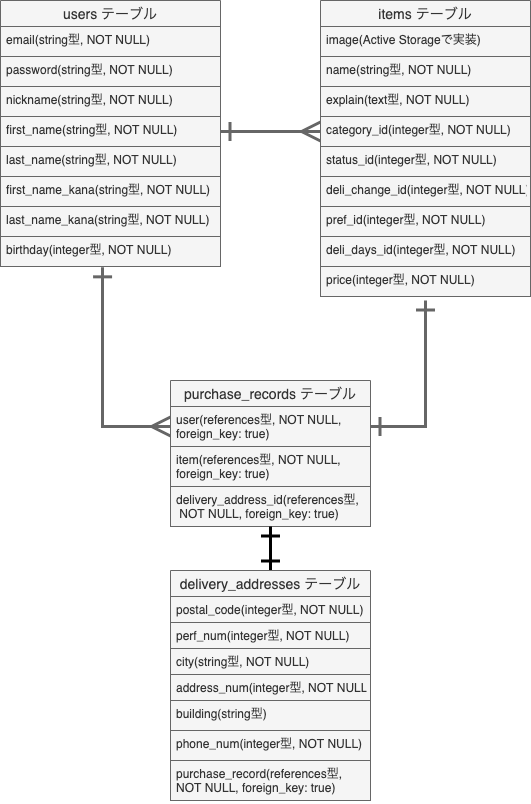
xiangma0531/furima-35533 keeps this draw.io diagram as furima_ER.png. Above is the earlier version. Source tidied: cells renumbered, new cells last; positions are measured from the earlier drawing's top-left corner, leaving out a move shared by most shapes.
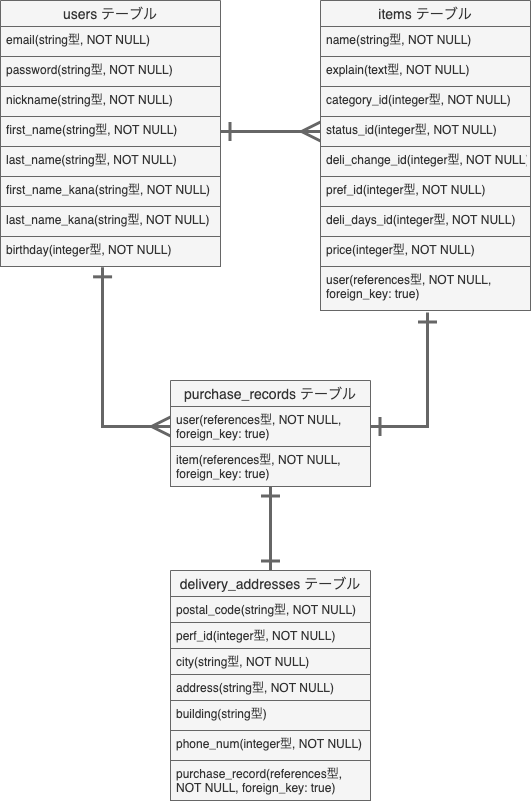
After the commit.

Commit message:
ER図とREADMEの修正(2回目)

Diff of the diagram source:
```diff
@@ -30,37 +30,34 @@
       <mxGeometry y="236" width="220" height="30" as="geometry" />
     </mxCell>
     <mxCell id="11" value="items テーブル" style="swimlane;fontStyle=0;horizontal=1;startSize=26;align=center;fontSize=14;fillColor=#f5f5f5;strokeColor=#666666;fontColor=#333333;" parent="1" vertex="1">
-      <mxGeometry x="320" width="210" height="296" as="geometry" />
+      <mxGeometry x="320" width="210" height="266" as="geometry" />
     </mxCell>
-    <mxCell id="12" value="image(Active Storageで実装)" style="text;strokeColor=#666666;fillColor=#f5f5f5;spacingLeft=4;spacingRight=4;overflow=hidden;fontSize=12;fontColor=#333333;" parent="11" vertex="1">
-      <mxGeometry y="26" width="210" height="30" as="geometry" />
-    </mxCell>
     <mxCell id="13" value="name(string型, NOT NULL)" style="text;strokeColor=#666666;fillColor=#f5f5f5;spacingLeft=4;spacingRight=4;overflow=hidden;fontSize=12;fontColor=#333333;" parent="11" vertex="1">
-      <mxGeometry y="56" width="210" height="30" as="geometry" />
+      <mxGeometry y="26" width="210" height="30" as="geometry" />
     </mxCell>
     <mxCell id="14" value="explain(text型, NOT NULL)" style="text;strokeColor=#666666;fillColor=#f5f5f5;spacingLeft=4;spacingRight=4;overflow=hidden;fontSize=12;fontColor=#333333;" parent="11" vertex="1">
-      <mxGeometry y="86" width="210" height="30" as="geometry" />
+      <mxGeometry y="56" width="210" height="30" as="geometry" />
     </mxCell>
     <mxCell id="15" value="category_id(integer型, NOT NULL)" style="text;strokeColor=#666666;fillColor=#f5f5f5;spacingLeft=4;spacingRight=4;overflow=hidden;points=[[0,0.5],[1,0.5]];portConstraint=eastwest;fontSize=12;fontColor=#333333;" parent="11" vertex="1">
-      <mxGeometry y="116" width="210" height="30" as="geometry" />
+      <mxGeometry y="86" width="210" height="30" as="geometry" />
     </mxCell>
     <mxCell id="16" value="status_id(integer型, NOT NULL)" style="text;strokeColor=#666666;fillColor=#f5f5f5;spacingLeft=4;spacingRight=4;overflow=hidden;points=[[0,0.5],[1,0.5]];portConstraint=eastwest;fontSize=12;fontColor=#333333;" parent="11" vertex="1">
-      <mxGeometry y="146" width="210" height="30" as="geometry" />
+      <mxGeometry y="116" width="210" height="30" as="geometry" />
     </mxCell>
     <mxCell id="17" value="deli_change_id(integer型, NOT NULL)" style="text;strokeColor=#666666;fillColor=#f5f5f5;spacingLeft=4;spacingRight=4;overflow=hidden;fontSize=12;fontColor=#333333;" parent="11" vertex="1">
-      <mxGeometry y="176" width="210" height="30" as="geometry" />
+      <mxGeometry y="146" width="210" height="30" as="geometry" />
     </mxCell>
     <mxCell id="18" value="pref_id(integer型, NOT NULL)" style="text;strokeColor=#666666;fillColor=#f5f5f5;spacingLeft=4;spacingRight=4;overflow=hidden;fontSize=12;fontColor=#333333;" parent="11" vertex="1">
-      <mxGeometry y="206" width="210" height="30" as="geometry" />
+      <mxGeometry y="176" width="210" height="30" as="geometry" />
     </mxCell>
     <mxCell id="19" value="deli_days_id(integer型, NOT NULL)" style="text;spacingLeft=4;spacingRight=4;overflow=hidden;fontSize=12;fillColor=#f5f5f5;strokeColor=#666666;fontColor=#333333;" parent="11" vertex="1">
-      <mxGeometry y="236" width="210" height="30" as="geometry" />
+      <mxGeometry y="206" width="210" height="30" as="geometry" />
     </mxCell>
     <mxCell id="20" value="price(integer型, NOT NULL)" style="text;strokeColor=#666666;fillColor=#f5f5f5;spacingLeft=4;spacingRight=4;overflow=hidden;fontSize=12;fontColor=#333333;" parent="11" vertex="1">
-      <mxGeometry y="266" width="210" height="30" as="geometry" />
+      <mxGeometry y="236" width="210" height="30" as="geometry" />
     </mxCell>
     <mxCell id="21" value="purchase_records テーブル" style="swimlane;fontStyle=0;horizontal=1;startSize=26;align=center;fontSize=14;fillColor=#f5f5f5;strokeColor=#666666;fontColor=#333333;" parent="1" vertex="1">
-      <mxGeometry x="170" y="380" width="200" height="146" as="geometry" />
+      <mxGeometry x="170" y="380" width="200" height="106" as="geometry" />
     </mxCell>
     <mxCell id="22" value="user(references型, NOT NULL,&#10;foreign_key: true)" style="text;strokeColor=#666666;fillColor=#f5f5f5;spacingLeft=4;spacingRight=4;overflow=hidden;points=[[0,0.5],[1,0.5]];portConstraint=eastwest;fontSize=12;fontColor=#333333;" parent="21" vertex="1">
       <mxGeometry y="26" width="200" height="40" as="geometry" />
@@ -68,10 +65,7 @@
     <mxCell id="23" value="item(references型, NOT NULL,&#10;foreign_key: true)" style="text;strokeColor=#666666;fillColor=#f5f5f5;spacingLeft=4;spacingRight=4;overflow=hidden;fontSize=12;fontColor=#333333;" parent="21" vertex="1">
       <mxGeometry y="66" width="200" height="40" as="geometry" />
     </mxCell>
-    <mxCell id="24" value="delivery_address_id(references型,&#10; NOT NULL, foreign_key: true)" style="text;strokeColor=#666666;fillColor=#f5f5f5;spacingLeft=4;spacingRight=4;overflow=hidden;fontSize=12;fontColor=#333333;" parent="21" vertex="1">
-      <mxGeometry y="106" width="200" height="40" as="geometry" />
-    </mxCell>
-    <mxCell id="25" style="edgeStyle=orthogonalEdgeStyle;rounded=0;jettySize=auto;html=1;entryX=0;entryY=0.5;entryDx=0;entryDy=0;startArrow=ERone;startFill=0;endArrow=ERmany;endFill=0;endSize=15;startSize=15;targetPerimeterSpacing=0;strokeWidth=3;fillColor=#f5f5f5;strokeColor=#666666;" parent="1" edge="1" source="6" target="15">
+    <mxCell id="25" style="edgeStyle=orthogonalEdgeStyle;rounded=0;jettySize=auto;html=1;entryX=0;entryY=0.5;entryDx=0;entryDy=0;startArrow=ERone;startFill=0;endArrow=ERmany;endFill=0;endSize=15;startSize=15;targetPerimeterSpacing=0;strokeWidth=3;fillColor=#f5f5f5;strokeColor=#666666;" parent="1" edge="1" source="6" target="16">
       <mxGeometry relative="1" as="geometry" />
     </mxCell>
     <mxCell id="26" style="edgeStyle=orthogonalEdgeStyle;rounded=0;jettySize=auto;html=1;entryX=0;entryY=0.5;entryDx=0;entryDy=0;startArrow=ERone;startFill=0;startSize=15;endArrow=ERmany;endFill=0;endSize=15;targetPerimeterSpacing=0;strokeWidth=3;exitX=0.464;exitY=1.028;exitDx=0;exitDy=0;exitPerimeter=0;fillColor=#f5f5f5;strokeColor=#666666;" parent="1" edge="1" source="10" target="22">
@@ -79,25 +73,25 @@
     </mxCell>
     <mxCell id="27" style="edgeStyle=orthogonalEdgeStyle;rounded=0;jettySize=auto;html=1;entryX=1;entryY=0.5;entryDx=0;entryDy=0;startArrow=ERone;startFill=0;startSize=15;endArrow=ERone;endFill=0;endSize=15;targetPerimeterSpacing=0;strokeWidth=3;fillColor=#f5f5f5;strokeColor=#666666;" parent="1" edge="1" target="22">
       <mxGeometry relative="1" as="geometry">
-        <mxPoint x="425" y="300" as="sourcePoint" />
+        <mxPoint x="427" y="312" as="sourcePoint" />
       </mxGeometry>
     </mxCell>
-    <mxCell id="28" style="edgeStyle=orthogonalEdgeStyle;rounded=0;jettySize=auto;html=1;entryX=0.5;entryY=1;entryDx=0;entryDy=0;startArrow=ERone;startFill=0;startSize=15;endArrow=ERone;endFill=0;endSize=15;targetPerimeterSpacing=0;strokeWidth=3;" parent="1" edge="1" source="29" target="21">
+    <mxCell id="28" style="edgeStyle=orthogonalEdgeStyle;rounded=0;jettySize=auto;html=1;entryX=0.5;entryY=1;entryDx=0;entryDy=0;startArrow=ERone;startFill=0;startSize=15;endArrow=ERone;endFill=0;endSize=15;targetPerimeterSpacing=0;strokeWidth=3;fillColor=#f5f5f5;strokeColor=#666666;" parent="1" edge="1" source="29" target="21">
       <mxGeometry relative="1" as="geometry" />
     </mxCell>
     <mxCell id="29" value="delivery_addresses テーブル" style="swimlane;fontStyle=0;horizontal=1;startSize=26;align=center;fontSize=14;fillColor=#f5f5f5;strokeColor=#666666;fontColor=#333333;" parent="1" vertex="1">
       <mxGeometry x="170" y="570" width="200" height="230" as="geometry" />
     </mxCell>
-    <mxCell id="30" value="postal_code(integer型, NOT NULL)" style="text;strokeColor=#666666;fillColor=#f5f5f5;spacingLeft=4;spacingRight=4;overflow=hidden;fontSize=12;fontColor=#333333;" parent="29" vertex="1">
+    <mxCell id="30" value="postal_code(string型, NOT NULL)" style="text;strokeColor=#666666;fillColor=#f5f5f5;spacingLeft=4;spacingRight=4;overflow=hidden;fontSize=12;fontColor=#333333;" parent="29" vertex="1">
       <mxGeometry y="26" width="200" height="26" as="geometry" />
     </mxCell>
-    <mxCell id="31" value="perf_num(integer型, NOT NULL)" style="text;strokeColor=#666666;fillColor=#f5f5f5;spacingLeft=4;spacingRight=4;overflow=hidden;fontSize=12;fontColor=#333333;" parent="29" vertex="1">
+    <mxCell id="31" value="perf_id(integer型, NOT NULL)" style="text;strokeColor=#666666;fillColor=#f5f5f5;spacingLeft=4;spacingRight=4;overflow=hidden;fontSize=12;fontColor=#333333;" parent="29" vertex="1">
       <mxGeometry y="52" width="200" height="26" as="geometry" />
     </mxCell>
     <mxCell id="32" value="city(string型, NOT NULL)" style="text;strokeColor=#666666;fillColor=#f5f5f5;spacingLeft=4;spacingRight=4;overflow=hidden;fontSize=12;fontColor=#333333;" parent="29" vertex="1">
       <mxGeometry y="78" width="200" height="26" as="geometry" />
     </mxCell>
-    <mxCell id="33" value="address_num(integer型, NOT NULL)" style="text;strokeColor=#666666;fillColor=#f5f5f5;spacingLeft=4;spacingRight=4;overflow=hidden;fontSize=12;fontColor=#333333;" parent="29" vertex="1">
+    <mxCell id="33" value="address(string型, NOT NULL)" style="text;strokeColor=#666666;fillColor=#f5f5f5;spacingLeft=4;spacingRight=4;overflow=hidden;fontSize=12;fontColor=#333333;" parent="29" vertex="1">
       <mxGeometry y="104" width="200" height="26" as="geometry" />
     </mxCell>
     <mxCell id="34" value="building(string型)" style="text;strokeColor=#666666;fillColor=#f5f5f5;spacingLeft=4;spacingRight=4;overflow=hidden;fontSize=12;fontColor=#333333;" parent="29" vertex="1">
@@ -109,5 +103,8 @@
     <mxCell id="36" value="purchase_record(references型, &#10;NOT NULL, foreign_key: true)" style="text;strokeColor=#666666;fillColor=#f5f5f5;spacingLeft=4;spacingRight=4;overflow=hidden;fontSize=12;fontColor=#333333;" parent="29" vertex="1">
       <mxGeometry y="190" width="200" height="40" as="geometry" />
     </mxCell>
+    <mxCell id="12" value="user(references型, NOT NULL,&#10;foreign_key: true)" style="text;strokeColor=#666666;fillColor=#f5f5f5;spacingLeft=4;spacingRight=4;overflow=hidden;fontSize=12;fontColor=#333333;" parent="1" vertex="1">
+      <mxGeometry x="320" y="266" width="210" height="44" as="geometry" />
+    </mxCell>
   </root>
 </mxGraphModel>
```
